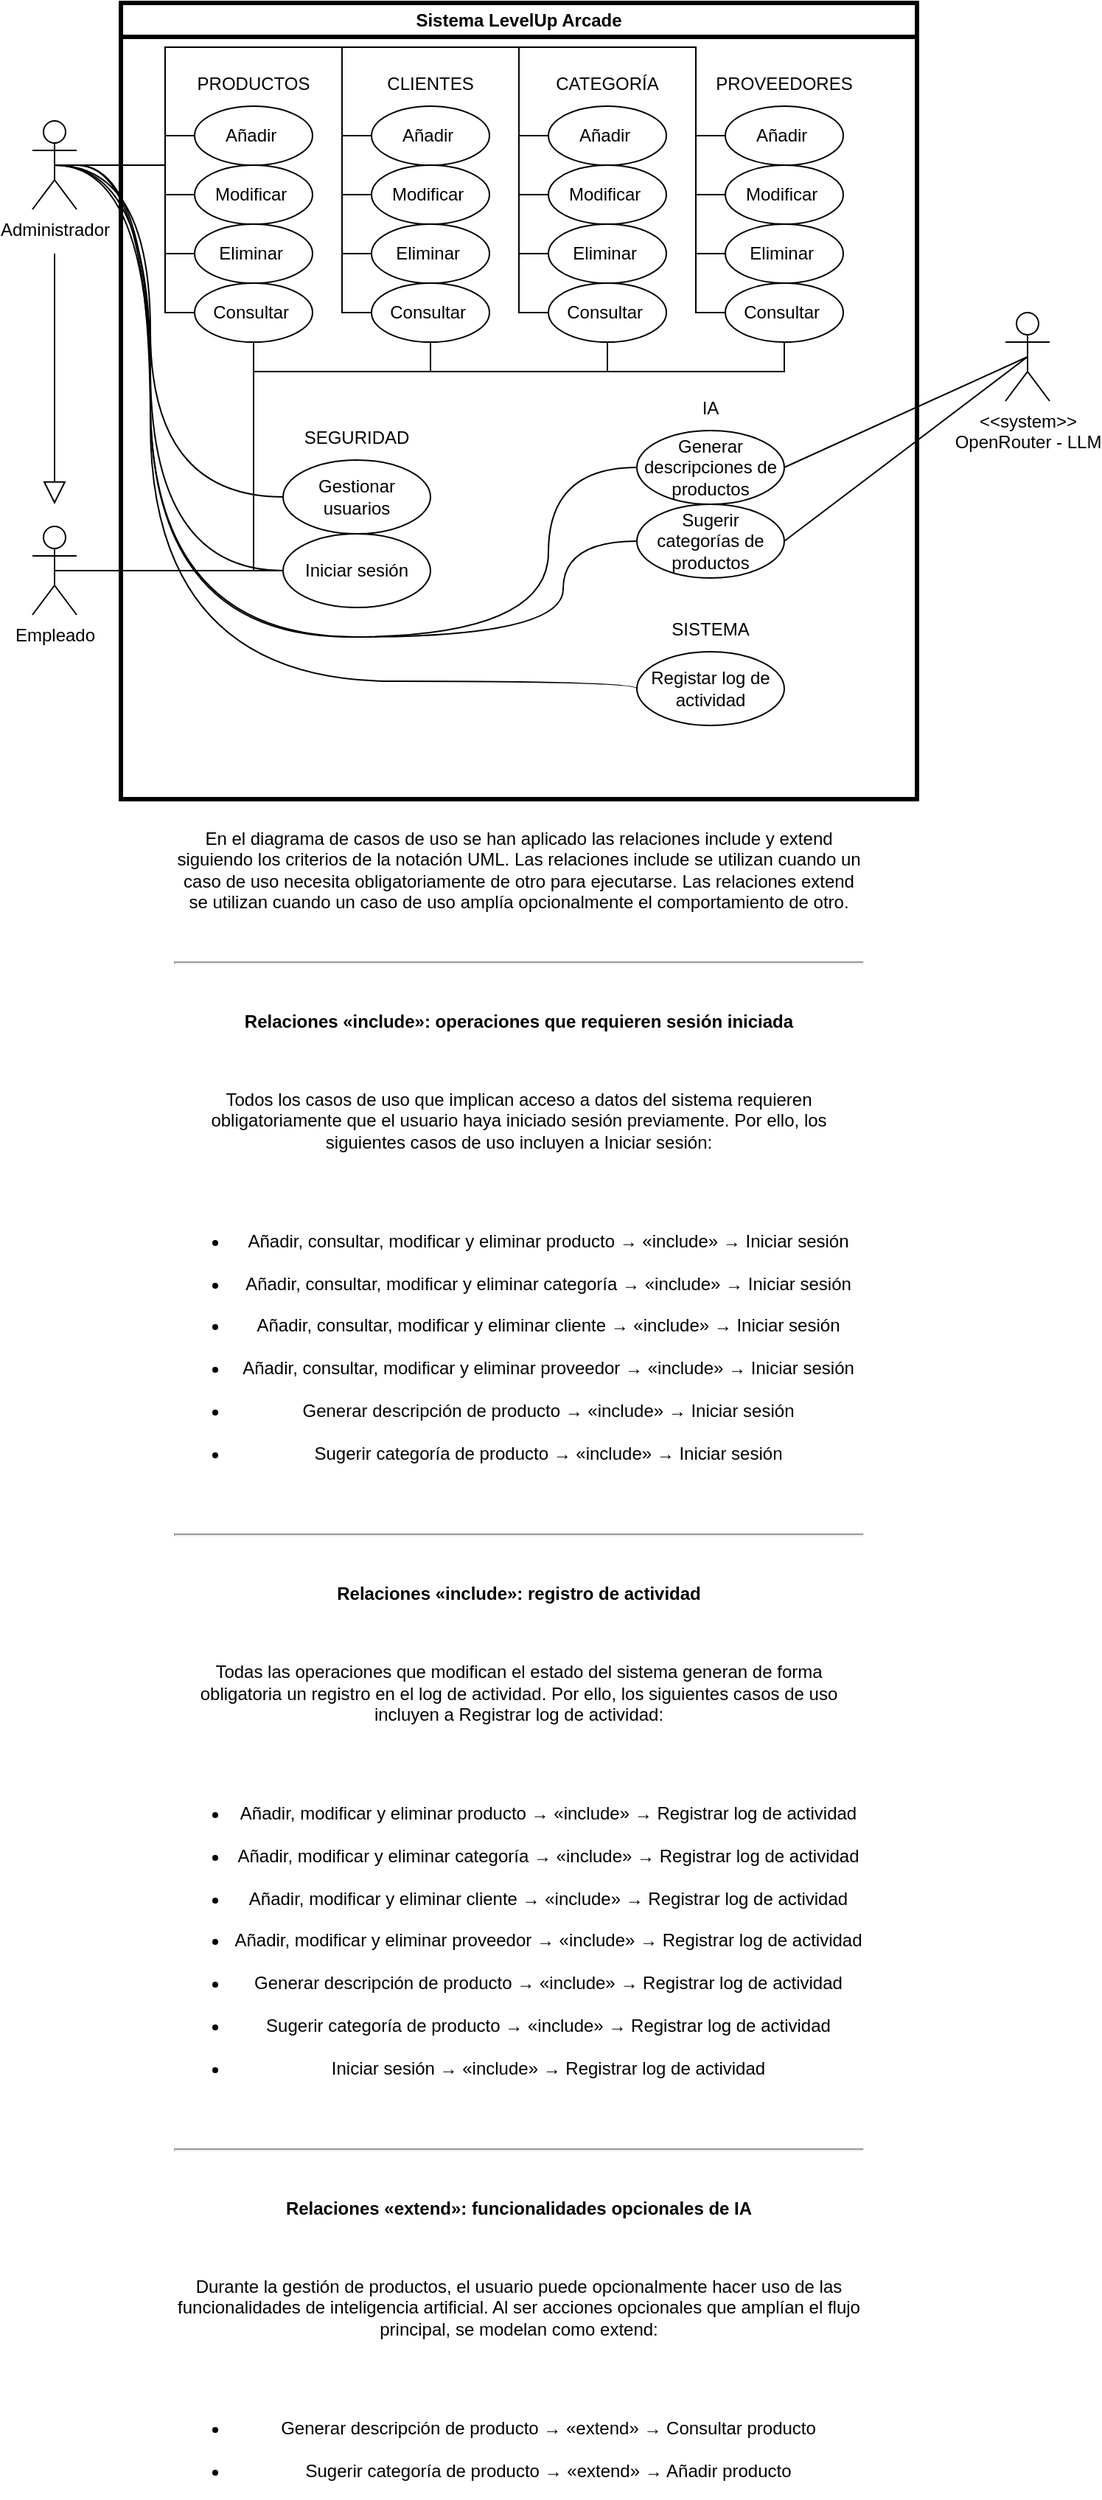
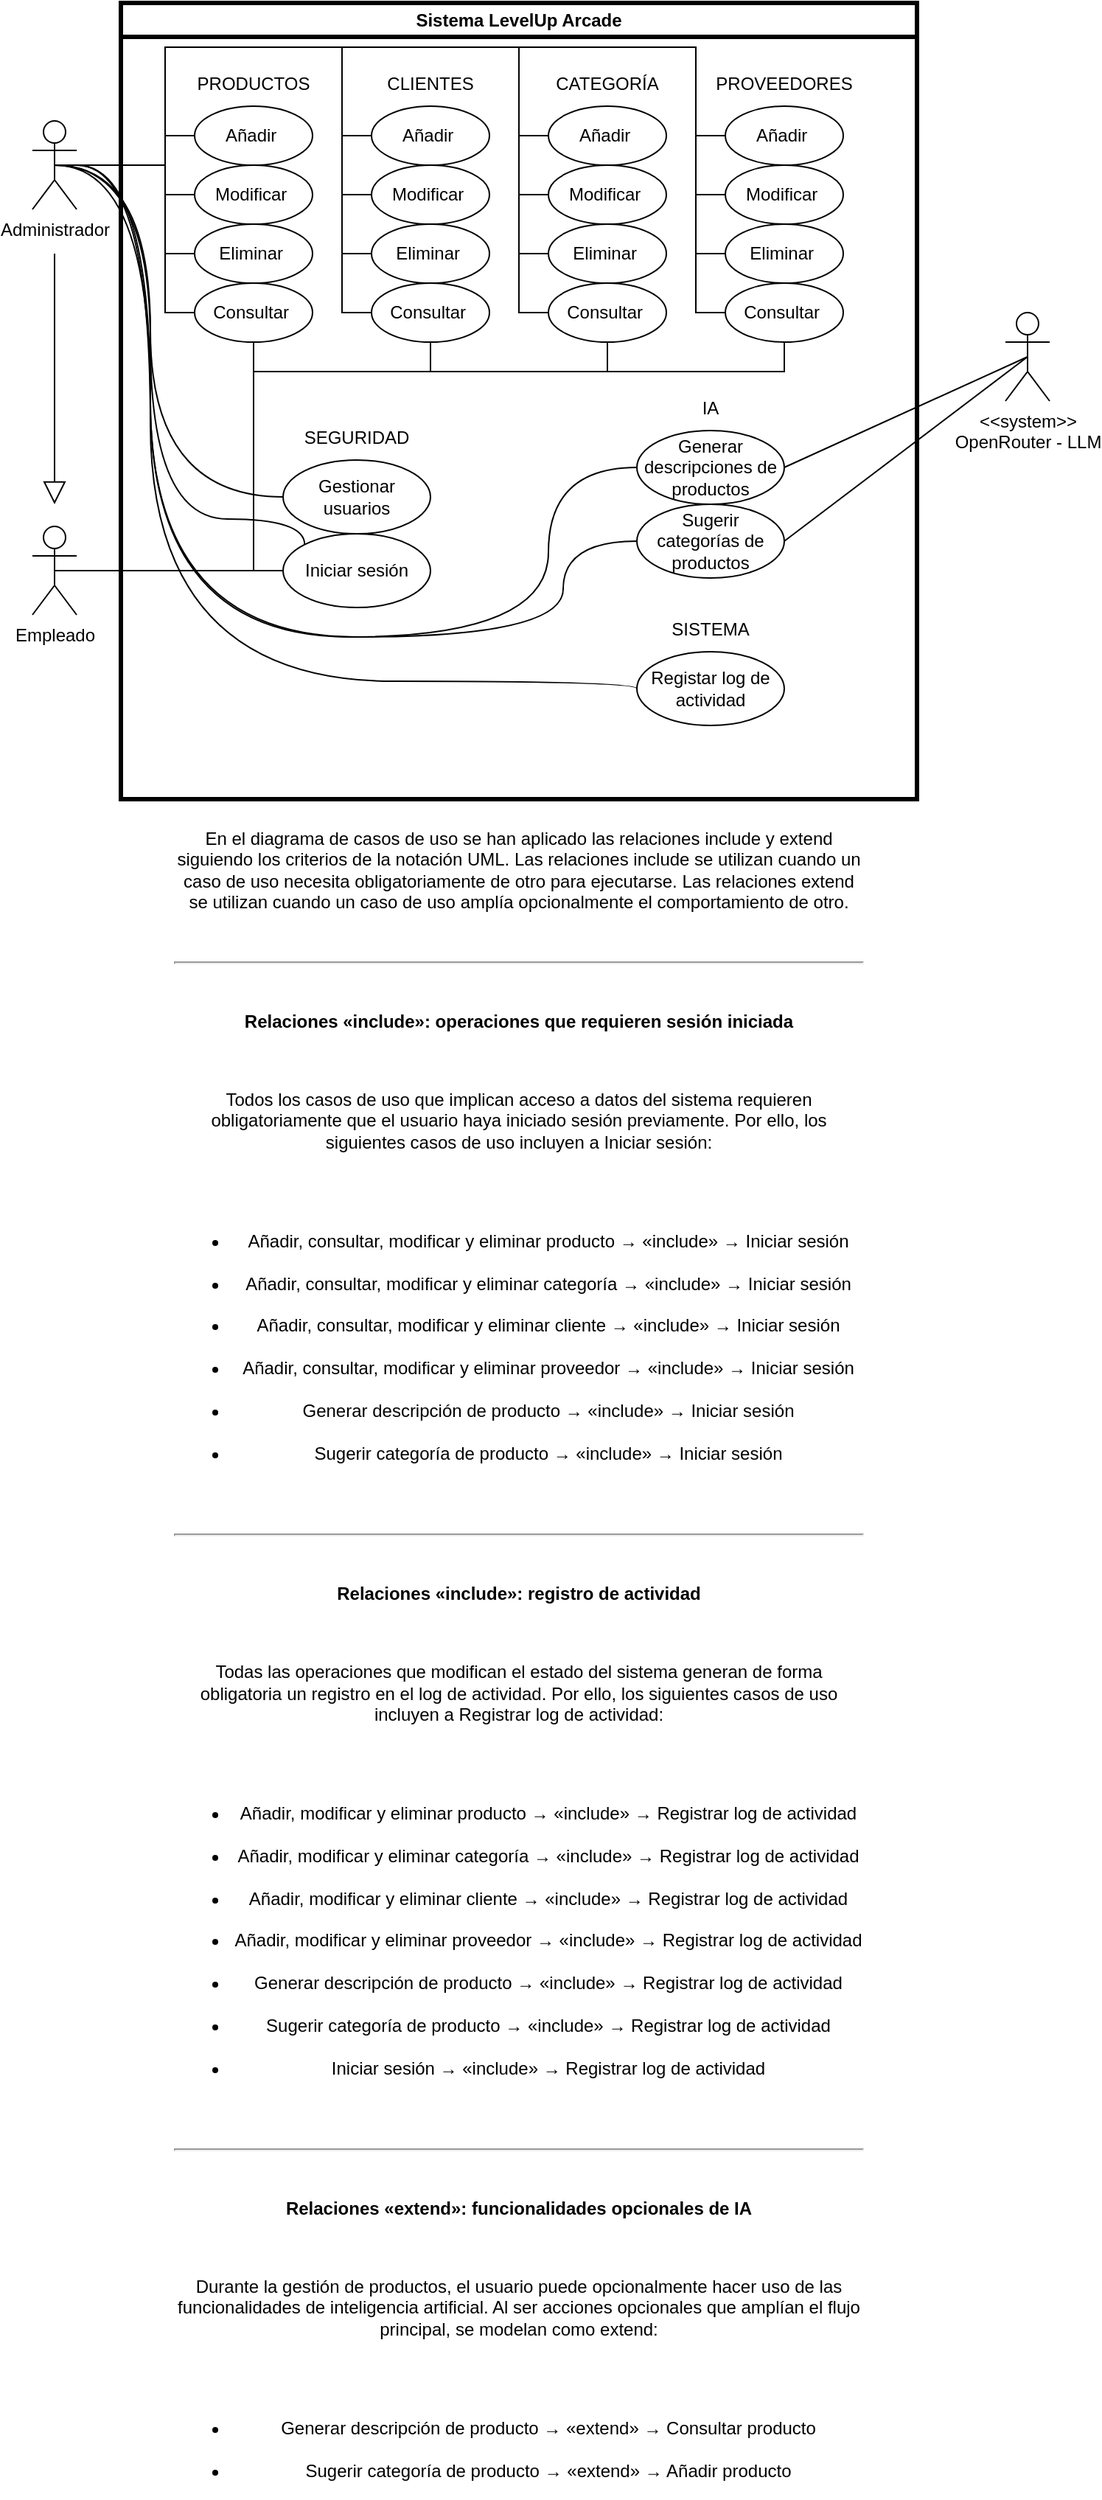
<mxfile host="Electron">
  <diagram name="Página-1" id="iqI-Fl3vhmFv8U9dUOtV">
-     <mxGraphModel dx="1174" dy="835" grid="1" gridSize="10" guides="1" tooltips="1" connect="1" arrows="1" fold="1" page="1" pageScale="1" pageWidth="827" pageHeight="1169" math="0" shadow="0">
+     <mxGraphModel dx="1021" dy="726" grid="1" gridSize="10" guides="1" tooltips="1" connect="1" arrows="1" fold="1" page="1" pageScale="1" pageWidth="827" pageHeight="1169" math="0" shadow="0">
      <root>
        <mxCell id="0" />
        <mxCell id="1" parent="0" />
        <mxCell id="JjzCVKXnbZtWWzeR8GM--1" parent="1" style="swimlane;whiteSpace=wrap;html=1;strokeWidth=3;" value="Sistema LevelUp Arcade" vertex="1">
          <mxGeometry height="540" width="540" x="150" y="230" as="geometry" />
        </mxCell>
        <mxCell id="JjzCVKXnbZtWWzeR8GM--8" parent="JjzCVKXnbZtWWzeR8GM--1" style="ellipse;whiteSpace=wrap;html=1;" value="Añadir&amp;nbsp;" vertex="1">
          <mxGeometry height="40" width="80" x="50" y="70" as="geometry" />
        </mxCell>
        <mxCell id="JjzCVKXnbZtWWzeR8GM--9" parent="JjzCVKXnbZtWWzeR8GM--1" style="ellipse;whiteSpace=wrap;html=1;" value="Consultar&amp;nbsp;" vertex="1">
          <mxGeometry height="40" width="80" x="50" y="190" as="geometry" />
        </mxCell>
        <mxCell id="JjzCVKXnbZtWWzeR8GM--10" parent="JjzCVKXnbZtWWzeR8GM--1" style="ellipse;whiteSpace=wrap;html=1;" value="Modificar&amp;nbsp;" vertex="1">
          <mxGeometry height="40" width="80" x="50" y="110" as="geometry" />
        </mxCell>
        <mxCell id="JjzCVKXnbZtWWzeR8GM--11" parent="JjzCVKXnbZtWWzeR8GM--1" style="ellipse;whiteSpace=wrap;html=1;" value="Eliminar&amp;nbsp;" vertex="1">
          <mxGeometry height="40" width="80" x="50" y="150" as="geometry" />
        </mxCell>
        <mxCell id="JjzCVKXnbZtWWzeR8GM--25" parent="JjzCVKXnbZtWWzeR8GM--1" style="text;html=1;whiteSpace=wrap;strokeColor=none;fillColor=none;align=center;verticalAlign=middle;rounded=0;" value="PRODUCTOS" vertex="1">
          <mxGeometry height="30" width="60" x="60" y="40" as="geometry" />
        </mxCell>
        <mxCell id="JjzCVKXnbZtWWzeR8GM--26" parent="JjzCVKXnbZtWWzeR8GM--1" style="text;html=1;whiteSpace=wrap;strokeColor=none;fillColor=none;align=center;verticalAlign=middle;rounded=0;" value="CLIENTES" vertex="1">
          <mxGeometry height="30" width="60" x="180" y="40" as="geometry" />
        </mxCell>
        <mxCell id="JjzCVKXnbZtWWzeR8GM--27" parent="JjzCVKXnbZtWWzeR8GM--1" style="text;html=1;whiteSpace=wrap;strokeColor=none;fillColor=none;align=center;verticalAlign=middle;rounded=0;" value="CATEGORÍA" vertex="1">
          <mxGeometry height="30" width="60" x="300" y="40" as="geometry" />
        </mxCell>
        <mxCell id="JjzCVKXnbZtWWzeR8GM--28" parent="JjzCVKXnbZtWWzeR8GM--1" style="text;html=1;whiteSpace=wrap;strokeColor=none;fillColor=none;align=center;verticalAlign=middle;rounded=0;" value="PROVEEDORES" vertex="1">
          <mxGeometry height="30" width="60" x="420" y="40" as="geometry" />
        </mxCell>
        <mxCell id="JjzCVKXnbZtWWzeR8GM--30" parent="JjzCVKXnbZtWWzeR8GM--1" style="ellipse;whiteSpace=wrap;html=1;" value="Consultar&amp;nbsp;" vertex="1">
          <mxGeometry height="40" width="80" x="170" y="190" as="geometry" />
        </mxCell>
        <mxCell id="JjzCVKXnbZtWWzeR8GM--31" parent="JjzCVKXnbZtWWzeR8GM--1" style="ellipse;whiteSpace=wrap;html=1;" value="Modificar&amp;nbsp;" vertex="1">
          <mxGeometry height="40" width="80" x="170" y="110" as="geometry" />
        </mxCell>
        <mxCell id="JjzCVKXnbZtWWzeR8GM--32" parent="JjzCVKXnbZtWWzeR8GM--1" style="ellipse;whiteSpace=wrap;html=1;" value="Eliminar&amp;nbsp;" vertex="1">
          <mxGeometry height="40" width="80" x="170" y="150" as="geometry" />
        </mxCell>
        <mxCell id="JjzCVKXnbZtWWzeR8GM--33" parent="JjzCVKXnbZtWWzeR8GM--1" style="ellipse;whiteSpace=wrap;html=1;" value="Añadir&amp;nbsp;" vertex="1">
          <mxGeometry height="40" width="80" x="290" y="70" as="geometry" />
        </mxCell>
        <mxCell id="JjzCVKXnbZtWWzeR8GM--34" parent="JjzCVKXnbZtWWzeR8GM--1" style="ellipse;whiteSpace=wrap;html=1;" value="Consultar&amp;nbsp;" vertex="1">
          <mxGeometry height="40" width="80" x="290" y="190" as="geometry" />
        </mxCell>
        <mxCell id="JjzCVKXnbZtWWzeR8GM--35" parent="JjzCVKXnbZtWWzeR8GM--1" style="ellipse;whiteSpace=wrap;html=1;" value="Modificar&amp;nbsp;" vertex="1">
          <mxGeometry height="40" width="80" x="290" y="110" as="geometry" />
        </mxCell>
        <mxCell id="JjzCVKXnbZtWWzeR8GM--36" parent="JjzCVKXnbZtWWzeR8GM--1" style="ellipse;whiteSpace=wrap;html=1;" value="Eliminar&amp;nbsp;" vertex="1">
          <mxGeometry height="40" width="80" x="290" y="150" as="geometry" />
        </mxCell>
        <mxCell id="JjzCVKXnbZtWWzeR8GM--37" parent="JjzCVKXnbZtWWzeR8GM--1" style="ellipse;whiteSpace=wrap;html=1;" value="Añadir&amp;nbsp;" vertex="1">
          <mxGeometry height="40" width="80" x="410" y="70" as="geometry" />
        </mxCell>
        <mxCell id="JjzCVKXnbZtWWzeR8GM--38" parent="JjzCVKXnbZtWWzeR8GM--1" style="ellipse;whiteSpace=wrap;html=1;" value="Consultar&amp;nbsp;" vertex="1">
          <mxGeometry height="40" width="80" x="410" y="190" as="geometry" />
        </mxCell>
        <mxCell id="JjzCVKXnbZtWWzeR8GM--39" parent="JjzCVKXnbZtWWzeR8GM--1" style="ellipse;whiteSpace=wrap;html=1;" value="Modificar&amp;nbsp;" vertex="1">
          <mxGeometry height="40" width="80" x="410" y="110" as="geometry" />
        </mxCell>
        <mxCell id="JjzCVKXnbZtWWzeR8GM--40" parent="JjzCVKXnbZtWWzeR8GM--1" style="ellipse;whiteSpace=wrap;html=1;" value="Eliminar&amp;nbsp;" vertex="1">
          <mxGeometry height="40" width="80" x="410" y="150" as="geometry" />
        </mxCell>
        <mxCell id="JjzCVKXnbZtWWzeR8GM--42" parent="JjzCVKXnbZtWWzeR8GM--1" style="ellipse;whiteSpace=wrap;html=1;" value="Iniciar sesión" vertex="1">
          <mxGeometry height="50" width="100" x="110" y="360" as="geometry" />
        </mxCell>
        <mxCell id="JjzCVKXnbZtWWzeR8GM--43" parent="JjzCVKXnbZtWWzeR8GM--1" style="ellipse;whiteSpace=wrap;html=1;" value="Generar descripciones de productos" vertex="1">
          <mxGeometry height="50" width="100" x="350" y="290" as="geometry" />
        </mxCell>
        <mxCell id="JjzCVKXnbZtWWzeR8GM--44" parent="JjzCVKXnbZtWWzeR8GM--1" style="ellipse;whiteSpace=wrap;html=1;" value="Sugerir categorías de productos" vertex="1">
          <mxGeometry height="50" width="100" x="350" y="340" as="geometry" />
        </mxCell>
        <mxCell id="JjzCVKXnbZtWWzeR8GM--45" parent="JjzCVKXnbZtWWzeR8GM--1" style="text;html=1;whiteSpace=wrap;strokeColor=none;fillColor=none;align=center;verticalAlign=middle;rounded=0;" value="SISTEMA" vertex="1">
          <mxGeometry height="30" width="60" x="370" y="410" as="geometry" />
        </mxCell>
        <mxCell id="JjzCVKXnbZtWWzeR8GM--46" parent="JjzCVKXnbZtWWzeR8GM--1" style="text;html=1;whiteSpace=wrap;strokeColor=none;fillColor=none;align=center;verticalAlign=middle;rounded=0;" value="SEGURIDAD" vertex="1">
          <mxGeometry height="30" width="60" x="130" y="280" as="geometry" />
        </mxCell>
        <mxCell id="JjzCVKXnbZtWWzeR8GM--47" parent="JjzCVKXnbZtWWzeR8GM--1" style="text;html=1;whiteSpace=wrap;strokeColor=none;fillColor=none;align=center;verticalAlign=middle;rounded=0;" value="IA" vertex="1">
          <mxGeometry height="30" width="60" x="370" y="260" as="geometry" />
        </mxCell>
        <mxCell id="JjzCVKXnbZtWWzeR8GM--41" parent="JjzCVKXnbZtWWzeR8GM--1" style="ellipse;whiteSpace=wrap;html=1;" value="Registar log de actividad" vertex="1">
          <mxGeometry height="50" width="100" x="350" y="440" as="geometry" />
        </mxCell>
        <mxCell id="JjzCVKXnbZtWWzeR8GM--56" parent="JjzCVKXnbZtWWzeR8GM--1" style="ellipse;whiteSpace=wrap;html=1;" value="Gestionar usuarios" vertex="1">
          <mxGeometry height="50" width="100" x="110" y="310" as="geometry" />
        </mxCell>
        <mxCell id="JjzCVKXnbZtWWzeR8GM--78" edge="1" parent="JjzCVKXnbZtWWzeR8GM--1" source="JjzCVKXnbZtWWzeR8GM--3" style="endArrow=none;html=1;rounded=0;edgeStyle=orthogonalEdgeStyle;exitX=0.5;exitY=0.5;exitDx=0;exitDy=0;exitPerimeter=0;" value="">
          <mxGeometry height="50" relative="1" width="50" as="geometry">
            <Array as="points">
              <mxPoint x="30" y="110" />
              <mxPoint x="30" y="30" />
              <mxPoint x="270" y="30" />
              <mxPoint x="270" y="90" />
            </Array>
            <mxPoint x="-30" y="110" as="sourcePoint" />
            <mxPoint x="290" y="90" as="targetPoint" />
          </mxGeometry>
        </mxCell>
        <mxCell id="JjzCVKXnbZtWWzeR8GM--81" edge="1" parent="JjzCVKXnbZtWWzeR8GM--1" style="endArrow=none;html=1;rounded=0;edgeStyle=orthogonalEdgeStyle;" target="JjzCVKXnbZtWWzeR8GM--37" value="">
          <mxGeometry height="50" relative="1" width="50" as="geometry">
            <Array as="points">
              <mxPoint x="30" y="110" />
              <mxPoint x="30" y="30" />
              <mxPoint x="390" y="30" />
              <mxPoint x="390" y="90" />
            </Array>
            <mxPoint x="-40" y="110" as="sourcePoint" />
            <mxPoint x="290" y="210" as="targetPoint" />
          </mxGeometry>
        </mxCell>
        <mxCell id="JjzCVKXnbZtWWzeR8GM--83" edge="1" parent="JjzCVKXnbZtWWzeR8GM--1" style="endArrow=none;html=1;rounded=0;edgeStyle=orthogonalEdgeStyle;" target="JjzCVKXnbZtWWzeR8GM--40" value="">
          <mxGeometry height="50" relative="1" width="50" as="geometry">
            <Array as="points">
              <mxPoint x="30" y="110" />
              <mxPoint x="30" y="30" />
              <mxPoint x="390" y="30" />
              <mxPoint x="390" y="170" />
            </Array>
            <mxPoint x="-40" y="110" as="sourcePoint" />
            <mxPoint x="410" y="130" as="targetPoint" />
          </mxGeometry>
        </mxCell>
        <mxCell id="JjzCVKXnbZtWWzeR8GM--3" parent="1" style="shape=umlActor;verticalLabelPosition=bottom;verticalAlign=top;html=1;outlineConnect=0;" value="Administrador" vertex="1">
          <mxGeometry height="60" width="30" x="90" y="310" as="geometry" />
        </mxCell>
        <mxCell id="JjzCVKXnbZtWWzeR8GM--5" parent="1" style="shape=umlActor;verticalLabelPosition=bottom;verticalAlign=top;html=1;outlineConnect=0;" value="&amp;lt;&amp;lt;system&amp;gt;&amp;gt;&lt;div&gt;OpenRouter - LLM&lt;/div&gt;" vertex="1">
          <mxGeometry height="60" width="30" x="750" y="440" as="geometry" />
        </mxCell>
        <mxCell id="JjzCVKXnbZtWWzeR8GM--50" parent="1" style="shape=umlActor;verticalLabelPosition=bottom;verticalAlign=top;html=1;outlineConnect=0;" value="Empleado" vertex="1">
          <mxGeometry height="60" width="30" x="90" y="585" as="geometry" />
        </mxCell>
        <mxCell id="JjzCVKXnbZtWWzeR8GM--54" edge="1" parent="1" style="rounded=0;orthogonalLoop=1;jettySize=auto;html=1;endArrow=block;endFill=0;endSize=13;" value="">
          <mxGeometry relative="1" as="geometry">
            <mxPoint x="105" y="400" as="sourcePoint" />
            <mxPoint x="105" y="570" as="targetPoint" />
          </mxGeometry>
        </mxCell>
        <mxCell id="JjzCVKXnbZtWWzeR8GM--58" edge="1" parent="1" source="JjzCVKXnbZtWWzeR8GM--34" style="endArrow=none;html=1;rounded=0;entryX=0.5;entryY=0.5;entryDx=0;entryDy=0;entryPerimeter=0;edgeStyle=orthogonalEdgeStyle;" target="JjzCVKXnbZtWWzeR8GM--50" value="">
          <mxGeometry height="50" relative="1" width="50" as="geometry">
            <Array as="points">
              <mxPoint x="480" y="480" />
              <mxPoint x="240" y="480" />
              <mxPoint x="240" y="615" />
            </Array>
            <mxPoint x="390" y="560" as="sourcePoint" />
            <mxPoint x="440" y="510" as="targetPoint" />
          </mxGeometry>
        </mxCell>
        <mxCell id="JjzCVKXnbZtWWzeR8GM--59" edge="1" parent="1" source="JjzCVKXnbZtWWzeR8GM--9" style="endArrow=none;html=1;rounded=0;entryX=0.5;entryY=0.5;entryDx=0;entryDy=0;entryPerimeter=0;edgeStyle=orthogonalEdgeStyle;" target="JjzCVKXnbZtWWzeR8GM--50" value="">
          <mxGeometry height="50" relative="1" width="50" as="geometry">
            <Array as="points">
              <mxPoint x="240" y="615" />
            </Array>
            <mxPoint x="175" y="840" as="sourcePoint" />
            <mxPoint x="80" y="1135" as="targetPoint" />
          </mxGeometry>
        </mxCell>
        <mxCell id="JjzCVKXnbZtWWzeR8GM--60" edge="1" parent="1" source="JjzCVKXnbZtWWzeR8GM--30" style="endArrow=none;html=1;rounded=0;edgeStyle=orthogonalEdgeStyle;entryX=0.5;entryY=0.5;entryDx=0;entryDy=0;entryPerimeter=0;" target="JjzCVKXnbZtWWzeR8GM--50" value="">
          <mxGeometry height="50" relative="1" width="50" as="geometry">
            <Array as="points">
              <mxPoint x="360" y="480" />
              <mxPoint x="240" y="480" />
              <mxPoint x="240" y="615" />
            </Array>
            <mxPoint x="320" y="330" as="sourcePoint" />
            <mxPoint x="105" y="595" as="targetPoint" />
          </mxGeometry>
        </mxCell>
        <mxCell id="JjzCVKXnbZtWWzeR8GM--62" edge="1" parent="1" source="JjzCVKXnbZtWWzeR8GM--43" style="endArrow=none;html=1;rounded=0;entryX=0.5;entryY=0.5;entryDx=0;entryDy=0;entryPerimeter=0;exitX=1;exitY=0.5;exitDx=0;exitDy=0;" target="JjzCVKXnbZtWWzeR8GM--5" value="">
          <mxGeometry height="50" relative="1" width="50" as="geometry">
            <mxPoint x="390" y="530" as="sourcePoint" />
            <mxPoint x="440" y="480" as="targetPoint" />
          </mxGeometry>
        </mxCell>
        <mxCell id="JjzCVKXnbZtWWzeR8GM--63" edge="1" parent="1" source="JjzCVKXnbZtWWzeR8GM--44" style="endArrow=none;html=1;rounded=0;entryX=0.5;entryY=0.5;entryDx=0;entryDy=0;entryPerimeter=0;exitX=1;exitY=0.5;exitDx=0;exitDy=0;" target="JjzCVKXnbZtWWzeR8GM--5" value="">
          <mxGeometry height="50" relative="1" width="50" as="geometry">
            <mxPoint x="640" y="747" as="sourcePoint" />
            <mxPoint x="821" y="650" as="targetPoint" />
          </mxGeometry>
        </mxCell>
        <mxCell id="JjzCVKXnbZtWWzeR8GM--64" edge="1" parent="1" source="JjzCVKXnbZtWWzeR8GM--50" style="endArrow=none;html=1;rounded=0;edgeStyle=orthogonalEdgeStyle;" target="JjzCVKXnbZtWWzeR8GM--38" value="">
          <mxGeometry height="50" relative="1" width="50" as="geometry">
            <Array as="points">
              <mxPoint x="240" y="615" />
              <mxPoint x="240" y="480" />
              <mxPoint x="600" y="480" />
            </Array>
            <mxPoint x="110" y="610" as="sourcePoint" />
            <mxPoint x="280" y="1125" as="targetPoint" />
          </mxGeometry>
        </mxCell>
        <mxCell id="JjzCVKXnbZtWWzeR8GM--65" edge="1" parent="1" source="JjzCVKXnbZtWWzeR8GM--3" style="endArrow=none;html=1;rounded=0;edgeStyle=orthogonalEdgeStyle;" target="JjzCVKXnbZtWWzeR8GM--8" value="">
          <mxGeometry height="50" relative="1" width="50" as="geometry">
            <Array as="points">
              <mxPoint x="180" y="340" />
              <mxPoint x="180" y="320" />
            </Array>
            <mxPoint x="410" y="915" as="sourcePoint" />
            <mxPoint x="860" y="640" as="targetPoint" />
          </mxGeometry>
        </mxCell>
        <mxCell id="JjzCVKXnbZtWWzeR8GM--66" edge="1" parent="1" source="JjzCVKXnbZtWWzeR8GM--50" style="endArrow=none;html=1;rounded=0;exitX=0.5;exitY=0.5;exitDx=0;exitDy=0;exitPerimeter=0;entryX=0;entryY=0.5;entryDx=0;entryDy=0;" target="JjzCVKXnbZtWWzeR8GM--42" value="">
          <mxGeometry height="50" relative="1" width="50" as="geometry">
            <mxPoint x="190" y="660" as="sourcePoint" />
            <mxPoint x="272" y="672" as="targetPoint" />
          </mxGeometry>
        </mxCell>
        <mxCell id="JjzCVKXnbZtWWzeR8GM--67" edge="1" parent="1" source="JjzCVKXnbZtWWzeR8GM--3" style="endArrow=none;html=1;rounded=0;exitX=0.5;exitY=0.5;exitDx=0;exitDy=0;exitPerimeter=0;edgeStyle=orthogonalEdgeStyle;" target="JjzCVKXnbZtWWzeR8GM--10" value="">
          <mxGeometry height="50" relative="1" width="50" as="geometry">
            <Array as="points">
              <mxPoint x="180" y="340" />
              <mxPoint x="180" y="360" />
            </Array>
            <mxPoint x="430" y="540" as="sourcePoint" />
            <mxPoint x="512" y="552" as="targetPoint" />
          </mxGeometry>
        </mxCell>
        <mxCell id="JjzCVKXnbZtWWzeR8GM--29" parent="1" style="ellipse;whiteSpace=wrap;html=1;" value="Añadir&amp;nbsp;" vertex="1">
          <mxGeometry height="40" width="80" x="320" y="300" as="geometry" />
        </mxCell>
        <mxCell id="JjzCVKXnbZtWWzeR8GM--69" edge="1" parent="1" source="JjzCVKXnbZtWWzeR8GM--3" style="endArrow=none;html=1;rounded=0;exitX=0.5;exitY=0.5;exitDx=0;exitDy=0;exitPerimeter=0;edgeStyle=orthogonalEdgeStyle;" target="JjzCVKXnbZtWWzeR8GM--11" value="">
          <mxGeometry height="50" relative="1" width="50" as="geometry">
            <Array as="points">
              <mxPoint x="180" y="340" />
              <mxPoint x="180" y="400" />
            </Array>
            <mxPoint x="180" y="400" as="sourcePoint" />
            <mxPoint x="275" y="420" as="targetPoint" />
          </mxGeometry>
        </mxCell>
        <mxCell id="JjzCVKXnbZtWWzeR8GM--70" edge="1" parent="1" source="JjzCVKXnbZtWWzeR8GM--3" style="endArrow=none;html=1;rounded=0;exitX=0.5;exitY=0.5;exitDx=0;exitDy=0;exitPerimeter=0;edgeStyle=orthogonalEdgeStyle;" target="JjzCVKXnbZtWWzeR8GM--9" value="">
          <mxGeometry height="50" relative="1" width="50" as="geometry">
            <Array as="points">
              <mxPoint x="180" y="340" />
              <mxPoint x="180" y="440" />
            </Array>
            <mxPoint x="170" y="420" as="sourcePoint" />
            <mxPoint x="265" y="480" as="targetPoint" />
          </mxGeometry>
        </mxCell>
        <mxCell id="JjzCVKXnbZtWWzeR8GM--71" edge="1" parent="1" source="JjzCVKXnbZtWWzeR8GM--3" style="endArrow=none;html=1;rounded=0;edgeStyle=orthogonalEdgeStyle;" target="JjzCVKXnbZtWWzeR8GM--29" value="">
          <mxGeometry height="50" relative="1" width="50" as="geometry">
            <Array as="points">
              <mxPoint x="180" y="340" />
              <mxPoint x="180" y="260" />
              <mxPoint x="300" y="260" />
              <mxPoint x="300" y="320" />
            </Array>
            <mxPoint x="300" y="270" as="sourcePoint" />
            <mxPoint x="395" y="370" as="targetPoint" />
          </mxGeometry>
        </mxCell>
        <mxCell id="JjzCVKXnbZtWWzeR8GM--72" edge="1" parent="1" source="JjzCVKXnbZtWWzeR8GM--3" style="endArrow=none;html=1;rounded=0;edgeStyle=orthogonalEdgeStyle;exitX=0.5;exitY=0.5;exitDx=0;exitDy=0;exitPerimeter=0;" target="JjzCVKXnbZtWWzeR8GM--31" value="">
          <mxGeometry height="50" relative="1" width="50" as="geometry">
            <Array as="points">
              <mxPoint x="180" y="340" />
              <mxPoint x="180" y="260" />
              <mxPoint x="300" y="260" />
              <mxPoint x="300" y="360" />
            </Array>
            <mxPoint x="300" y="390" as="sourcePoint" />
            <mxPoint x="515" y="400" as="targetPoint" />
          </mxGeometry>
        </mxCell>
        <mxCell id="JjzCVKXnbZtWWzeR8GM--74" edge="1" parent="1" style="endArrow=none;html=1;rounded=0;edgeStyle=orthogonalEdgeStyle;exitX=0.5;exitY=0.5;exitDx=0;exitDy=0;exitPerimeter=0;" target="JjzCVKXnbZtWWzeR8GM--30" value="">
          <mxGeometry height="50" relative="1" width="50" as="geometry">
            <Array as="points">
              <mxPoint x="180" y="340" />
              <mxPoint x="180" y="260" />
              <mxPoint x="300" y="260" />
              <mxPoint x="300" y="440" />
            </Array>
            <mxPoint x="105" y="340" as="sourcePoint" />
            <mxPoint x="320" y="360" as="targetPoint" />
          </mxGeometry>
        </mxCell>
        <mxCell id="JjzCVKXnbZtWWzeR8GM--76" edge="1" parent="1" style="endArrow=none;html=1;rounded=0;edgeStyle=orthogonalEdgeStyle;exitX=0.5;exitY=0.5;exitDx=0;exitDy=0;exitPerimeter=0;" target="JjzCVKXnbZtWWzeR8GM--32" value="">
          <mxGeometry height="50" relative="1" width="50" as="geometry">
            <Array as="points">
              <mxPoint x="180" y="340" />
              <mxPoint x="180" y="260" />
              <mxPoint x="300" y="260" />
              <mxPoint x="300" y="400" />
            </Array>
            <mxPoint x="105" y="340" as="sourcePoint" />
            <mxPoint x="320" y="440" as="targetPoint" />
          </mxGeometry>
        </mxCell>
        <mxCell id="JjzCVKXnbZtWWzeR8GM--77" edge="1" parent="1" source="JjzCVKXnbZtWWzeR8GM--3" style="endArrow=none;html=1;rounded=0;edgeStyle=orthogonalEdgeStyle;" target="JjzCVKXnbZtWWzeR8GM--35" value="">
          <mxGeometry height="50" relative="1" width="50" as="geometry">
            <Array as="points">
              <mxPoint x="180" y="340" />
              <mxPoint x="180" y="260" />
              <mxPoint x="420" y="260" />
              <mxPoint x="420" y="360" />
            </Array>
            <mxPoint x="280" y="470" as="sourcePoint" />
            <mxPoint x="480" y="360" as="targetPoint" />
          </mxGeometry>
        </mxCell>
        <mxCell id="JjzCVKXnbZtWWzeR8GM--79" edge="1" parent="1" style="endArrow=none;html=1;rounded=0;edgeStyle=orthogonalEdgeStyle;" target="JjzCVKXnbZtWWzeR8GM--36" value="">
          <mxGeometry height="50" relative="1" width="50" as="geometry">
            <Array as="points">
              <mxPoint x="180" y="340" />
              <mxPoint x="180" y="260" />
              <mxPoint x="420" y="260" />
              <mxPoint x="420" y="400" />
            </Array>
            <mxPoint x="110" y="340" as="sourcePoint" />
            <mxPoint x="430" y="360" as="targetPoint" />
          </mxGeometry>
        </mxCell>
        <mxCell id="JjzCVKXnbZtWWzeR8GM--80" edge="1" parent="1" style="endArrow=none;html=1;rounded=0;edgeStyle=orthogonalEdgeStyle;" target="JjzCVKXnbZtWWzeR8GM--34" value="">
          <mxGeometry height="50" relative="1" width="50" as="geometry">
            <Array as="points">
              <mxPoint x="180" y="340" />
              <mxPoint x="180" y="260" />
              <mxPoint x="420" y="260" />
              <mxPoint x="420" y="440" />
            </Array>
            <mxPoint x="110" y="340" as="sourcePoint" />
            <mxPoint x="440" y="400" as="targetPoint" />
          </mxGeometry>
        </mxCell>
        <mxCell id="JjzCVKXnbZtWWzeR8GM--82" edge="1" parent="1" style="endArrow=none;html=1;rounded=0;edgeStyle=orthogonalEdgeStyle;" target="JjzCVKXnbZtWWzeR8GM--39" value="">
          <mxGeometry height="50" relative="1" width="50" as="geometry">
            <Array as="points">
              <mxPoint x="180" y="340" />
              <mxPoint x="180" y="260" />
              <mxPoint x="540" y="260" />
              <mxPoint x="540" y="360" />
            </Array>
            <mxPoint x="110" y="340" as="sourcePoint" />
            <mxPoint x="560" y="320" as="targetPoint" />
          </mxGeometry>
        </mxCell>
        <mxCell id="JjzCVKXnbZtWWzeR8GM--84" edge="1" parent="1" style="endArrow=none;html=1;rounded=0;edgeStyle=orthogonalEdgeStyle;" target="JjzCVKXnbZtWWzeR8GM--38" value="">
          <mxGeometry height="50" relative="1" width="50" as="geometry">
            <Array as="points">
              <mxPoint x="180" y="340" />
              <mxPoint x="180" y="260" />
              <mxPoint x="540" y="260" />
              <mxPoint x="540" y="440" />
            </Array>
            <mxPoint x="110" y="340" as="sourcePoint" />
            <mxPoint x="560" y="360" as="targetPoint" />
          </mxGeometry>
        </mxCell>
        <mxCell id="JjzCVKXnbZtWWzeR8GM--87" edge="1" parent="1" source="JjzCVKXnbZtWWzeR8GM--3" style="endArrow=none;html=1;rounded=0;edgeStyle=orthogonalEdgeStyle;curved=1;entryX=0;entryY=0.5;entryDx=0;entryDy=0;exitX=0.5;exitY=0.5;exitDx=0;exitDy=0;exitPerimeter=0;" target="JjzCVKXnbZtWWzeR8GM--56" value="">
          <mxGeometry height="50" relative="1" width="50" as="geometry">
            <Array as="points">
              <mxPoint x="170" y="340" />
              <mxPoint x="170" y="565" />
            </Array>
            <mxPoint x="110" y="340" as="sourcePoint" />
            <mxPoint x="300" y="545" as="targetPoint" />
          </mxGeometry>
        </mxCell>
-         <mxCell id="JjzCVKXnbZtWWzeR8GM--92" edge="1" parent="1" source="JjzCVKXnbZtWWzeR8GM--3" style="endArrow=none;html=1;rounded=0;edgeStyle=orthogonalEdgeStyle;curved=1;entryX=0;entryY=0.5;entryDx=0;entryDy=0;exitX=0.5;exitY=0.5;exitDx=0;exitDy=0;exitPerimeter=0;" target="JjzCVKXnbZtWWzeR8GM--42" value="">
+         <mxCell id="JjzCVKXnbZtWWzeR8GM--92" edge="1" parent="1" source="JjzCVKXnbZtWWzeR8GM--3" style="endArrow=none;html=1;rounded=0;edgeStyle=orthogonalEdgeStyle;curved=1;entryX=0;entryY=0;entryDx=0;entryDy=0;exitX=0.5;exitY=0.5;exitDx=0;exitDy=0;exitPerimeter=0;" target="JjzCVKXnbZtWWzeR8GM--42" value="">
          <mxGeometry height="50" relative="1" width="50" as="geometry">
            <Array as="points">
              <mxPoint x="170" y="340" />
-               <mxPoint x="170" y="615" />
+               <mxPoint x="170" y="580" />
+               <mxPoint x="274" y="580" />
            </Array>
            <mxPoint x="190" y="570" as="sourcePoint" />
            <mxPoint x="345" y="795" as="targetPoint" />
          </mxGeometry>
        </mxCell>
        <mxCell id="JjzCVKXnbZtWWzeR8GM--93" parent="1" style="text;html=1;whiteSpace=wrap;strokeColor=none;fillColor=none;align=center;verticalAlign=middle;rounded=0;" value="&lt;p class=&quot;font-claude-response-body break-words whitespace-normal leading-[1.7]&quot;&gt;En el diagrama de casos de uso se han aplicado las relaciones include y extend siguiendo los criterios de la notación UML. Las relaciones include se utilizan cuando un caso de uso necesita obligatoriamente de otro para ejecutarse. Las relaciones extend se utilizan cuando un caso de uso amplía opcionalmente el comportamiento de otro.&lt;/p&gt;&lt;br/&gt;&lt;hr class=&quot;border-border-200 border-t-0.5 my-3 mx-1.5&quot;&gt;&lt;br/&gt;&lt;p class=&quot;font-claude-response-body break-words whitespace-normal leading-[1.7]&quot;&gt;&lt;strong&gt;Relaciones «include»: operaciones que requieren sesión iniciada&lt;/strong&gt;&lt;/p&gt;&lt;br/&gt;&lt;p class=&quot;font-claude-response-body break-words whitespace-normal leading-[1.7]&quot;&gt;Todos los casos de uso que implican acceso a datos del sistema requieren obligatoriamente que el usuario haya iniciado sesión previamente. Por ello, los siguientes casos de uso incluyen a Iniciar sesión:&lt;/p&gt;&lt;br/&gt;&lt;ul class=&quot;[li_&amp;amp;]:mb-0 [li_&amp;amp;]:mt-1 [li_&amp;amp;]:gap-1 [&amp;amp;:not(:last-child)_ul]:pb-1 [&amp;amp;:not(:last-child)_ol]:pb-1 list-disc flex flex-col gap-1 pl-8 mb-3&quot;&gt;&lt;br/&gt;&lt;li class=&quot;font-claude-response-body whitespace-normal break-words pl-2&quot;&gt;Añadir, consultar, modificar y eliminar producto → «include» → Iniciar sesión&lt;/li&gt;&lt;br/&gt;&lt;li class=&quot;font-claude-response-body whitespace-normal break-words pl-2&quot;&gt;Añadir, consultar, modificar y eliminar categoría → «include» → Iniciar sesión&lt;/li&gt;&lt;br/&gt;&lt;li class=&quot;font-claude-response-body whitespace-normal break-words pl-2&quot;&gt;Añadir, consultar, modificar y eliminar cliente → «include» → Iniciar sesión&lt;/li&gt;&lt;br/&gt;&lt;li class=&quot;font-claude-response-body whitespace-normal break-words pl-2&quot;&gt;Añadir, consultar, modificar y eliminar proveedor → «include» → Iniciar sesión&lt;/li&gt;&lt;br/&gt;&lt;li class=&quot;font-claude-response-body whitespace-normal break-words pl-2&quot;&gt;Generar descripción de producto → «include» → Iniciar sesión&lt;/li&gt;&lt;br/&gt;&lt;li class=&quot;font-claude-response-body whitespace-normal break-words pl-2&quot;&gt;Sugerir categoría de producto → «include» → Iniciar sesión&lt;/li&gt;&lt;br/&gt;&lt;/ul&gt;&lt;br/&gt;&lt;hr class=&quot;border-border-200 border-t-0.5 my-3 mx-1.5&quot;&gt;&lt;br/&gt;&lt;p class=&quot;font-claude-response-body break-words whitespace-normal leading-[1.7]&quot;&gt;&lt;strong&gt;Relaciones «include»: registro de actividad&lt;/strong&gt;&lt;/p&gt;&lt;br/&gt;&lt;p class=&quot;font-claude-response-body break-words whitespace-normal leading-[1.7]&quot;&gt;Todas las operaciones que modifican el estado del sistema generan de forma obligatoria un registro en el log de actividad. Por ello, los siguientes casos de uso incluyen a Registrar log de actividad:&lt;/p&gt;&lt;br/&gt;&lt;ul class=&quot;[li_&amp;amp;]:mb-0 [li_&amp;amp;]:mt-1 [li_&amp;amp;]:gap-1 [&amp;amp;:not(:last-child)_ul]:pb-1 [&amp;amp;:not(:last-child)_ol]:pb-1 list-disc flex flex-col gap-1 pl-8 mb-3&quot;&gt;&lt;br/&gt;&lt;li class=&quot;font-claude-response-body whitespace-normal break-words pl-2&quot;&gt;Añadir, modificar y eliminar producto → «include» → Registrar log de actividad&lt;/li&gt;&lt;br/&gt;&lt;li class=&quot;font-claude-response-body whitespace-normal break-words pl-2&quot;&gt;Añadir, modificar y eliminar categoría → «include» → Registrar log de actividad&lt;/li&gt;&lt;br/&gt;&lt;li class=&quot;font-claude-response-body whitespace-normal break-words pl-2&quot;&gt;Añadir, modificar y eliminar cliente → «include» → Registrar log de actividad&lt;/li&gt;&lt;br/&gt;&lt;li class=&quot;font-claude-response-body whitespace-normal break-words pl-2&quot;&gt;Añadir, modificar y eliminar proveedor → «include» → Registrar log de actividad&lt;/li&gt;&lt;br/&gt;&lt;li class=&quot;font-claude-response-body whitespace-normal break-words pl-2&quot;&gt;Generar descripción de producto → «include» → Registrar log de actividad&lt;/li&gt;&lt;br/&gt;&lt;li class=&quot;font-claude-response-body whitespace-normal break-words pl-2&quot;&gt;Sugerir categoría de producto → «include» → Registrar log de actividad&lt;/li&gt;&lt;br/&gt;&lt;li class=&quot;font-claude-response-body whitespace-normal break-words pl-2&quot;&gt;Iniciar sesión → «include» → Registrar log de actividad&lt;/li&gt;&lt;br/&gt;&lt;/ul&gt;&lt;br/&gt;&lt;hr class=&quot;border-border-200 border-t-0.5 my-3 mx-1.5&quot;&gt;&lt;br/&gt;&lt;p class=&quot;font-claude-response-body break-words whitespace-normal leading-[1.7]&quot;&gt;&lt;strong&gt;Relaciones «extend»: funcionalidades opcionales de IA&lt;/strong&gt;&lt;/p&gt;&lt;br/&gt;&lt;p class=&quot;font-claude-response-body break-words whitespace-normal leading-[1.7]&quot;&gt;Durante la gestión de productos, el usuario puede opcionalmente hacer uso de las funcionalidades de inteligencia artificial. Al ser acciones opcionales que amplían el flujo principal, se modelan como extend:&lt;/p&gt;&lt;br/&gt;&lt;ul class=&quot;[li_&amp;amp;]:mb-0 [li_&amp;amp;]:mt-1 [li_&amp;amp;]:gap-1 [&amp;amp;:not(:last-child)_ul]:pb-1 [&amp;amp;:not(:last-child)_ol]:pb-1 list-disc flex flex-col gap-1 pl-8 mb-3&quot;&gt;&lt;br/&gt;&lt;li class=&quot;font-claude-response-body whitespace-normal break-words pl-2&quot;&gt;Generar descripción de producto → «extend» → Consultar producto&lt;/li&gt;&lt;br/&gt;&lt;li class=&quot;font-claude-response-body whitespace-normal break-words pl-2&quot;&gt;Sugerir categoría de producto → «extend» → Añadir producto&lt;/li&gt;&lt;/ul&gt;" vertex="1">
          <mxGeometry height="260" width="470" x="185" y="1220" as="geometry" />
        </mxCell>
        <mxCell id="Z2EdVNMIcuVkMneHCUUp-1" edge="1" parent="1" style="endArrow=none;html=1;rounded=0;edgeStyle=orthogonalEdgeStyle;curved=1;entryX=0;entryY=0.5;entryDx=0;entryDy=0;" target="JjzCVKXnbZtWWzeR8GM--43" value="">
          <mxGeometry height="50" relative="1" width="50" as="geometry">
            <Array as="points">
              <mxPoint x="170" y="340" />
              <mxPoint x="170" y="660" />
              <mxPoint x="440" y="660" />
              <mxPoint x="440" y="545" />
            </Array>
            <mxPoint x="120" y="340" as="sourcePoint" />
            <mxPoint x="515" y="975" as="targetPoint" />
          </mxGeometry>
        </mxCell>
        <mxCell id="Z2EdVNMIcuVkMneHCUUp-2" edge="1" parent="1" source="JjzCVKXnbZtWWzeR8GM--3" style="endArrow=none;html=1;rounded=0;edgeStyle=orthogonalEdgeStyle;curved=1;entryX=0;entryY=0.5;entryDx=0;entryDy=0;exitX=0.5;exitY=0.5;exitDx=0;exitDy=0;exitPerimeter=0;" target="JjzCVKXnbZtWWzeR8GM--44" value="">
          <mxGeometry height="50" relative="1" width="50" as="geometry">
            <Array as="points">
              <mxPoint x="170" y="340" />
              <mxPoint x="170" y="660" />
              <mxPoint x="450" y="660" />
              <mxPoint x="450" y="595" />
            </Array>
            <mxPoint x="120" y="340" as="sourcePoint" />
            <mxPoint x="770" y="925" as="targetPoint" />
          </mxGeometry>
        </mxCell>
        <mxCell id="Z2EdVNMIcuVkMneHCUUp-3" edge="1" parent="1" style="endArrow=none;html=1;rounded=0;edgeStyle=orthogonalEdgeStyle;curved=1;entryX=0;entryY=0.5;entryDx=0;entryDy=0;" target="JjzCVKXnbZtWWzeR8GM--41" value="">
          <mxGeometry height="50" relative="1" width="50" as="geometry">
            <Array as="points">
              <mxPoint x="170" y="340" />
              <mxPoint x="170" y="690" />
              <mxPoint x="500" y="690" />
            </Array>
            <mxPoint x="120" y="340" as="sourcePoint" />
            <mxPoint x="790" y="925" as="targetPoint" />
          </mxGeometry>
        </mxCell>
      </root>
    </mxGraphModel>
  </diagram>
</mxfile>
